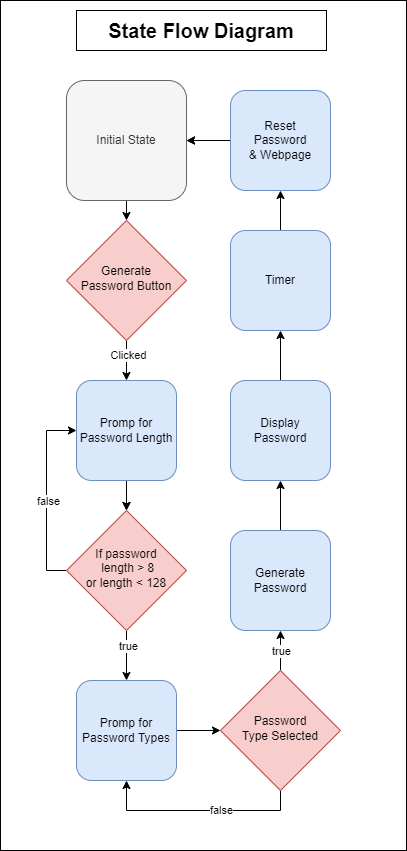
Above: Password-Generator_v2.png in naturuplift/RandomPasswordGenerator (draw.io), before the change. Source tidied: cells renumbered, new cells last; positions are measured from the earlier drawing's top-left corner, leaving out a move shared by most shapes.
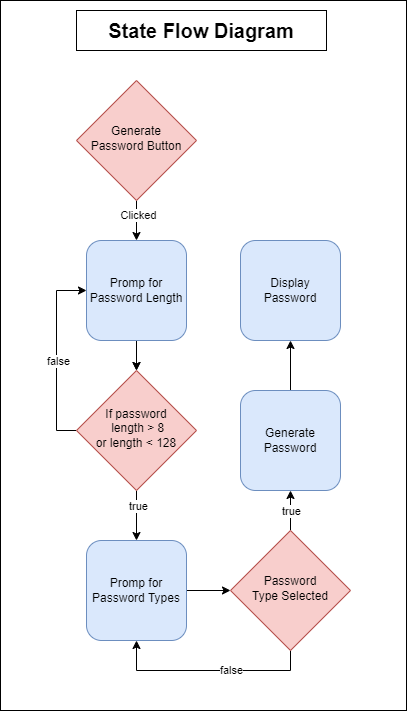
The same file after the commit.

Commit message:
deleted timer and webpage reset

What changed in the source:
```diff
@@ -3,14 +3,8 @@
     <mxCell id="0" />
     <mxCell id="1" parent="0" />
     <mxCell id="2" style="rounded=0;whiteSpace=wrap;html=1;" parent="1" vertex="1">
-      <mxGeometry width="406" height="850" as="geometry" />
+      <mxGeometry x="-10" y="140" width="406" height="710" as="geometry" />
     </mxCell>
-    <mxCell id="3" style="edgeStyle=orthogonalEdgeStyle;rounded=0;jettySize=auto;html=1;exitX=0.5;exitY=1;exitDx=0;exitDy=0;entryX=0.5;entryY=0;entryDx=0;entryDy=0;" parent="1" edge="1" source="4" target="7">
-      <mxGeometry relative="1" as="geometry" />
-    </mxCell>
-    <mxCell id="4" value="Initial State" style="rounded=1;whiteSpace=wrap;html=1;fontSize=12;glass=0;strokeWidth=1;shadow=0;fillColor=#f5f5f5;fontColor=#333333;strokeColor=#666666;" parent="1" vertex="1">
-      <mxGeometry x="66" y="80" width="120" height="120" as="geometry" />
-    </mxCell>
     <mxCell id="5" style="edgeStyle=orthogonalEdgeStyle;rounded=0;jettySize=auto;html=1;exitX=0.5;exitY=1;exitDx=0;exitDy=0;" parent="1" edge="1" source="7">
       <mxGeometry relative="1" as="geometry">
         <mxPoint x="126" y="380" as="targetPoint" />
@@ -49,11 +43,6 @@
     <mxCell id="14" style="edgeStyle=orthogonalEdgeStyle;rounded=0;jettySize=auto;html=1;exitX=1;exitY=0.5;exitDx=0;exitDy=0;entryX=0;entryY=0.5;entryDx=0;entryDy=0;" parent="1" edge="1" source="24" target="13">
       <mxGeometry relative="1" as="geometry" />
     </mxCell>
-    <mxCell id="15" style="edgeStyle=orthogonalEdgeStyle;rounded=0;jettySize=auto;html=1;entryX=1;entryY=0.5;entryDx=0;entryDy=0;exitX=0;exitY=0.5;exitDx=0;exitDy=0;" parent="1" edge="1" target="4">
-      <mxGeometry relative="1" as="geometry">
-        <mxPoint x="220" y="140" as="sourcePoint" />
-      </mxGeometry>
-    </mxCell>
     <mxCell id="16" style="edgeStyle=orthogonalEdgeStyle;rounded=0;jettySize=auto;html=1;exitX=0;exitY=0.5;exitDx=0;exitDy=0;entryX=0;entryY=0.5;entryDx=0;entryDy=0;" parent="1" edge="1" source="21" target="23">
       <mxGeometry relative="1" as="geometry" />
     </mxCell>
@@ -89,26 +78,14 @@
     <mxCell id="26" value="Generate&lt;br&gt;Password" style="rounded=1;whiteSpace=wrap;html=1;fontSize=12;glass=0;strokeWidth=1;shadow=0;fillColor=#dae8fc;strokeColor=#6c8ebf;" parent="1" vertex="1">
       <mxGeometry x="230" y="530" width="100" height="100" as="geometry" />
     </mxCell>
-    <mxCell id="27" style="edgeStyle=orthogonalEdgeStyle;rounded=0;jettySize=auto;html=1;exitX=0.5;exitY=0;exitDx=0;exitDy=0;entryX=0.5;entryY=1;entryDx=0;entryDy=0;" parent="1" edge="1" source="28" target="32">
-      <mxGeometry relative="1" as="geometry" />
-    </mxCell>
     <mxCell id="28" value="Display&lt;br&gt;Password" style="rounded=1;whiteSpace=wrap;html=1;fontSize=12;glass=0;strokeWidth=1;shadow=0;fillColor=#dae8fc;strokeColor=#6c8ebf;" parent="1" vertex="1">
       <mxGeometry x="230" y="380" width="100" height="100" as="geometry" />
     </mxCell>
-    <mxCell id="29" style="edgeStyle=orthogonalEdgeStyle;rounded=0;jettySize=auto;html=1;" parent="1" edge="1" source="30" target="4">
-      <mxGeometry relative="1" as="geometry" />
-    </mxCell>
-    <mxCell id="30" value="Reset&lt;br&gt;Password&lt;br&gt;&amp;amp; Webpage" style="rounded=1;whiteSpace=wrap;html=1;fontSize=12;glass=0;strokeWidth=1;shadow=0;fillColor=#dae8fc;strokeColor=#6c8ebf;" parent="1" vertex="1">
-      <mxGeometry x="230" y="90" width="100" height="100" as="geometry" />
-    </mxCell>
-    <mxCell id="31" style="edgeStyle=orthogonalEdgeStyle;rounded=0;jettySize=auto;html=1;exitX=0.5;exitY=0;exitDx=0;exitDy=0;entryX=0.5;entryY=1;entryDx=0;entryDy=0;" parent="1" edge="1" source="32" target="30">
-      <mxGeometry relative="1" as="geometry" />
-    </mxCell>
-    <mxCell id="32" value="Timer" style="rounded=1;whiteSpace=wrap;html=1;fontSize=12;glass=0;strokeWidth=1;shadow=0;fillColor=#dae8fc;strokeColor=#6c8ebf;" parent="1" vertex="1">
-      <mxGeometry x="230" y="230" width="100" height="100" as="geometry" />
-    </mxCell>
     <mxCell id="33" value="&lt;b&gt;&lt;font style=&quot;font-size: 20px;&quot;&gt;State Flow Diagram&lt;/font&gt;&lt;/b&gt;" style="rounded=0;whiteSpace=wrap;html=1;" parent="1" vertex="1">
-      <mxGeometry x="76" y="10" width="250" height="40" as="geometry" />
+      <mxGeometry x="66" y="150" width="250" height="40" as="geometry" />
     </mxCell>
+    <mxCell id="34" style="edgeStyle=orthogonalEdgeStyle;rounded=0;orthogonalLoop=1;jettySize=auto;html=1;exitX=0.5;exitY=1;exitDx=0;exitDy=0;" parent="1" edge="1" source="2" target="2">
+      <mxGeometry relative="1" as="geometry" />
+    </mxCell>
   </root>
 </mxGraphModel>
```
